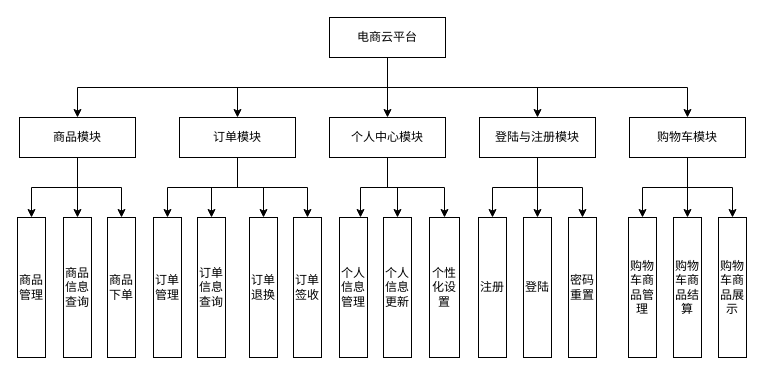
Before: 4-1系统功能模块图.drawio in Joker-5/drawio-repo, a draw.io diagram. Source tidied: cells renumbered, new cells numbered last; positions are measured from the earlier drawing's top-left corner, leaving out a move shared by most shapes. Both pictures are drawn from the tidied source at 100%, with x=0, y=0 at pixel (17, 17).
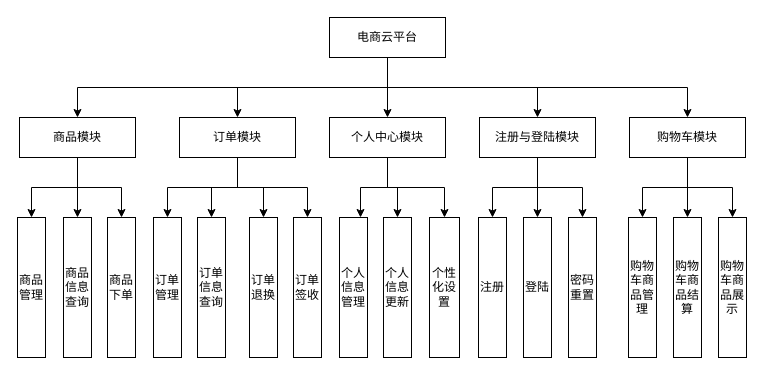
Above is the later version.

Commit message:
更新4-1系统功能模块图.drawio

Change to the diagram source:
```diff
@@
-    <mxCell id="24" value="登陆与注册模块" style="rounded=0;whiteSpace=wrap;html=1;" parent="1" vertex="1">
+    <mxCell id="24" value="注册与登陆模块" style="rounded=0;whiteSpace=wrap;html=1;" parent="1" vertex="1">
       <mxGeometry x="462" y="100" width="116" height="40" as="geometry" />
     </mxCell>
```
